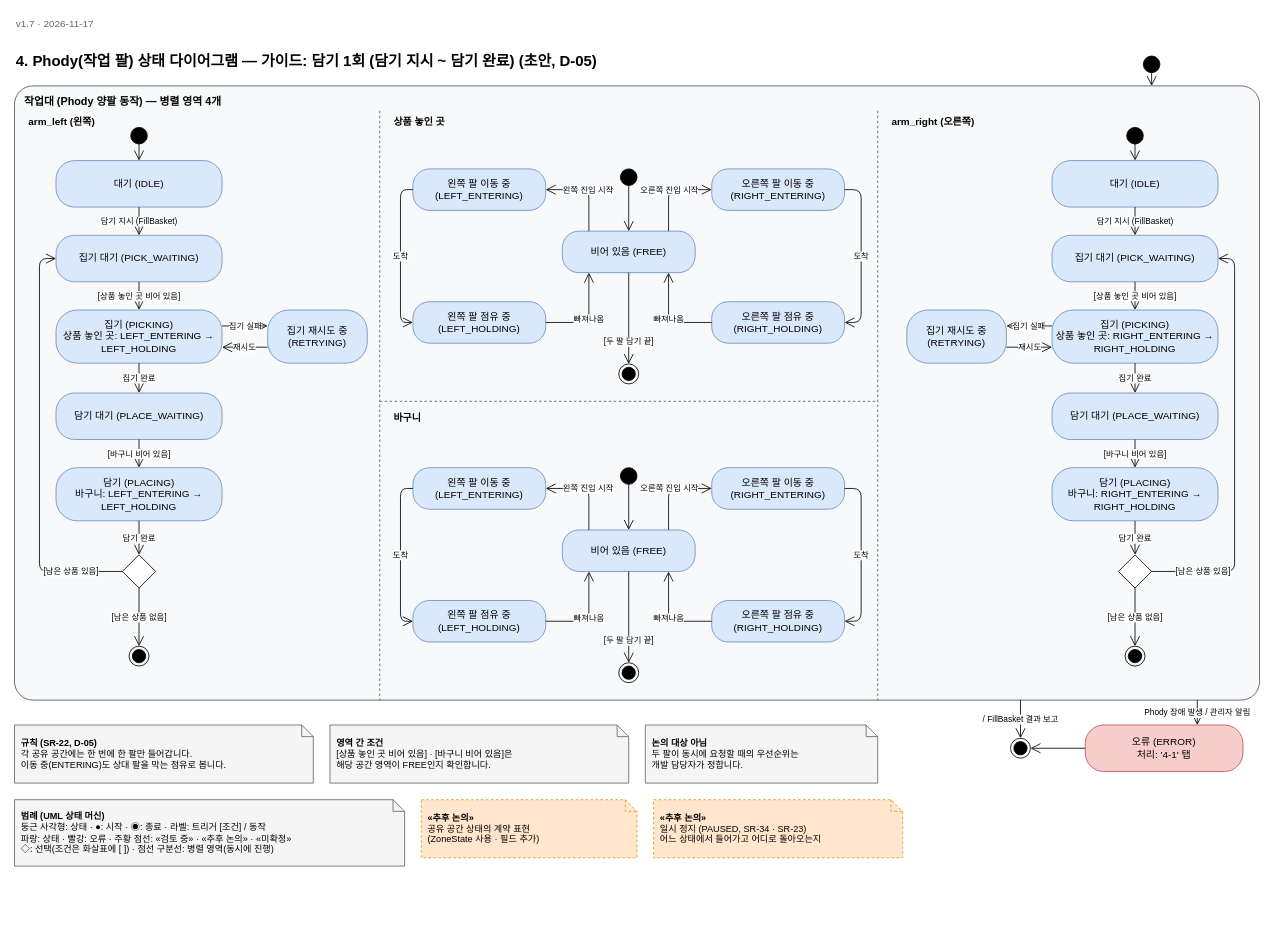
The draw.io diagram page "4. Phody (가이드)" (5 of 14) of design/diagrams/IFP_다이어그램.drawio in addinedu-roscamp-16th/roscamp-repo-2, before the edit. Source tidied: cells renumbered, new cells numbered last; positions are measured from the earlier drawing's top-left corner, leaving out a move shared by most shapes. Both pictures are drawn from the tidied source at 83%, with x=0, y=0 at pixel (14, 14).
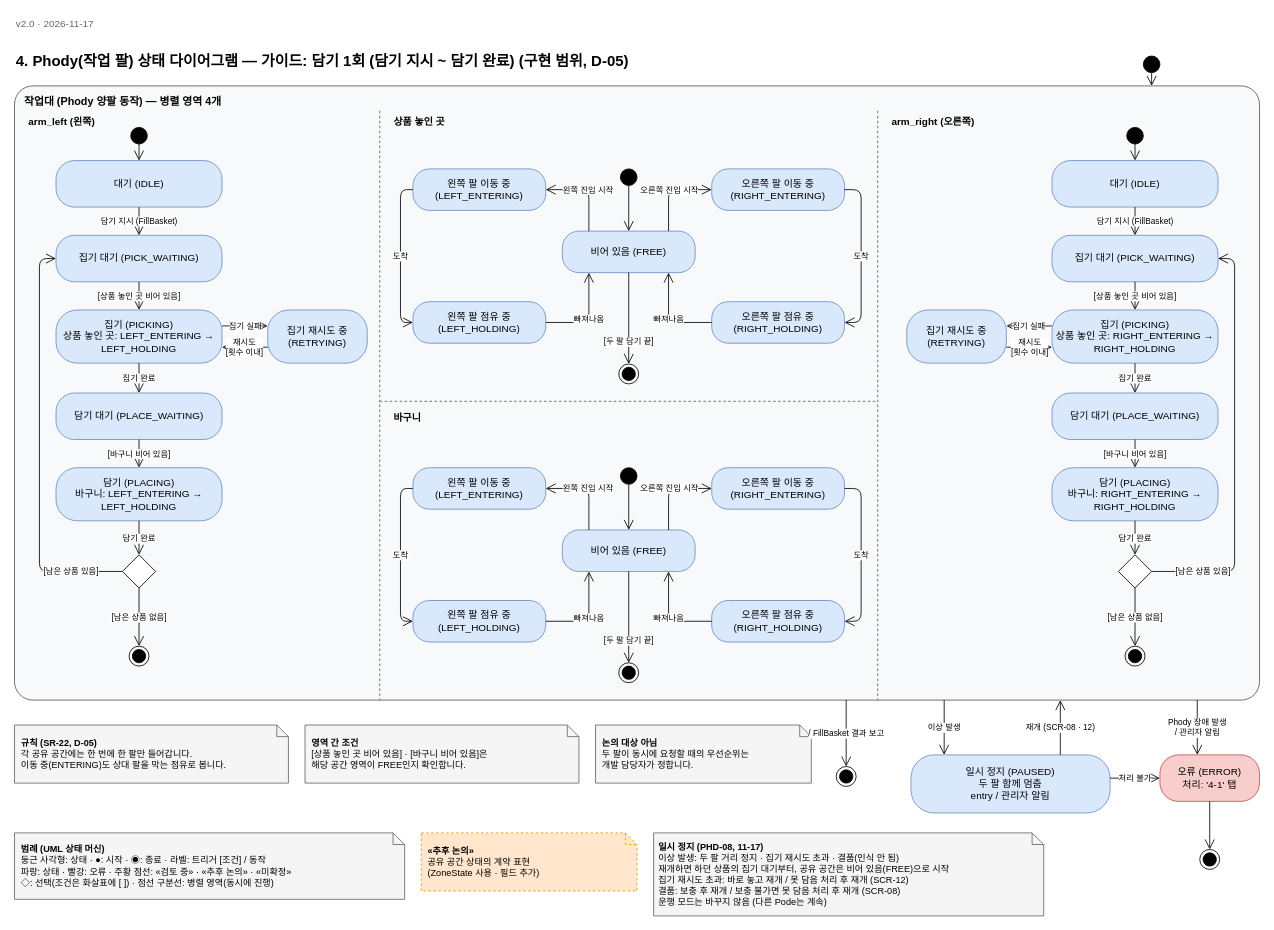
After the change.

Commit message (it also covers changes not shown here):
docs(design): 상태 다이어그램 v2.0 — 구현 범위로 정리

프로젝트 관리자 요청에 따라 기능 목록 "구현 계획"의 포함 · 일부 포함
범위만 상태 다이어그램에 남김. 미포함 내용은 v1.7(submit/2026-11-13-diagrams)에 있음.

- 3-1. Pode 장애 예외, 5-1. Phony 장애 예외 탭 삭제
- 2. 주문: 취소는 접수됨에서만, 결품 보충 후 재개, 관리자 강제 출고 처리
- 3. Pode: 출고 후 복귀(충전 자리), 오류 → 운행 복귀 확인 → 대기
- 4. Phody: 일시 정지(PAUSED) 추가, 4-1은 MODE_PAUSE로 정함
- 5. Phony: 교환 흐름과 오류만 남김
- 0. 상태표(이름 변경): 예약 구분 추가, CAUTION · LOW_PWR_MOVING 예약

Unchanged cells that the change refers to:
```xml
<mxCell id="3" value="작업대 (Phody 양팔 동작) — 병렬 영역 4개" style="rounded=1;arcSize=3;whiteSpace=wrap;html=1;verticalAlign=top;align=left;spacingLeft=10;spacingTop=4;fontStyle=1;fillColor=#f8f9fa;strokeColor=#555555;fontSize=13;" parent="1" vertex="1">
  <mxGeometry y="86" width="1500" height="740" as="geometry" />
</mxCell>
<mxCell id="14" value="집기 (PICKING)&lt;br&gt;상품 놓인 곳: LEFT_ENTERING → LEFT_HOLDING" style="rounded=1;arcSize=40;whiteSpace=wrap;html=1;fillColor=#dae8fc;strokeColor=#6c8ebf;fontSize=12;" parent="1" vertex="1">
  <mxGeometry x="50" y="356" width="200" height="64" as="geometry" />
</mxCell>
<mxCell id="18" value="집기 재시도 중&lt;br&gt;(RETRYING)" style="rounded=1;arcSize=40;whiteSpace=wrap;html=1;fillColor=#dae8fc;strokeColor=#6c8ebf;fontSize=12;" parent="1" vertex="1">
  <mxGeometry x="305" y="356" width="120" height="64" as="geometry" />
</mxCell>
<mxCell id="32" value="집기 (PICKING)&lt;br&gt;상품 놓인 곳: RIGHT_ENTERING → RIGHT_HOLDING" style="rounded=1;arcSize=40;whiteSpace=wrap;html=1;fillColor=#dae8fc;strokeColor=#6c8ebf;fontSize=12;" parent="1" vertex="1">
  <mxGeometry x="1250" y="356" width="200" height="64" as="geometry" />
</mxCell>
<mxCell id="36" value="집기 재시도 중&lt;br&gt;(RETRYING)" style="rounded=1;arcSize=40;whiteSpace=wrap;html=1;fillColor=#dae8fc;strokeColor=#6c8ebf;fontSize=12;" parent="1" vertex="1">
  <mxGeometry x="1075" y="356" width="120" height="64" as="geometry" />
</mxCell>
```

What changed in the source:
```diff
@@
-    <mxCell id="2" value="4. Phody(작업 팔) 상태 다이어그램 — 가이드: 담기 1회 (담기 지시 ~ 담기 완료) (초안, D-05)" style="text;html=1;fontSize=18;fontStyle=1;align=left;verticalAlign=middle;" parent="1" vertex="1">
+    <mxCell id="2" value="4. Phody(작업 팔) 상태 다이어그램 — 가이드: 담기 1회 (담기 지시 ~ 담기 완료) (구현 범위, D-05)" style="text;html=1;fontSize=18;fontStyle=1;align=left;verticalAlign=middle;" parent="1" vertex="1">
       <mxGeometry y="36" width="1200" height="40" as="geometry" />
     </mxCell>
@@
-    <mxCell id="28" value="재시도" style="edgeStyle=orthogonalEdgeStyle;rounded=1;html=1;endArrow=open;endSize=10;fontSize=10;labelBackgroundColor=#ffffff;exitX=0;exitY=0.7;exitDx=0;exitDy=0;entryX=1;entryY=0.7;entryDx=0;entryDy=0;" parent="1" edge="1" source="18" target="14">
+    <mxCell id="28" value="재시도&lt;br&gt;[횟수 이내]" style="edgeStyle=orthogonalEdgeStyle;rounded=1;html=1;endArrow=open;endSize=10;fontSize=10;labelBackgroundColor=#ffffff;exitX=0;exitY=0.7;exitDx=0;exitDy=0;entryX=1;entryY=0.7;entryDx=0;entryDy=0;" parent="1" edge="1" source="18" target="14">
       <mxGeometry relative="1" as="geometry" />
     </mxCell>
@@
-    <mxCell id="46" value="재시도" style="edgeStyle=orthogonalEdgeStyle;rounded=1;html=1;endArrow=open;endSize=10;fontSize=10;labelBackgroundColor=#ffffff;exitX=1;exitY=0.7;exitDx=0;exitDy=0;entryX=0;entryY=0.7;entryDx=0;entryDy=0;" parent="1" edge="1" source="36" target="32">
+    <mxCell id="46" value="재시도&lt;br&gt;[횟수 이내]" style="edgeStyle=orthogonalEdgeStyle;rounded=1;html=1;endArrow=open;endSize=10;fontSize=10;labelBackgroundColor=#ffffff;exitX=1;exitY=0.7;exitDx=0;exitDy=0;entryX=0;entryY=0.7;entryDx=0;entryDy=0;" parent="1" edge="1" source="36" target="32">
       <mxGeometry relative="1" as="geometry" />
     </mxCell>
@@
     <mxCell id="73" value="오류 (ERROR)&lt;br&gt;처리: '4-1' 탭" style="rounded=1;arcSize=40;whiteSpace=wrap;html=1;fillColor=#f8cecc;strokeColor=#b85450;fontSize=12;" parent="1" vertex="1">
-      <mxGeometry x="1290" y="856" width="190" height="56" as="geometry" />
+      <mxGeometry x="1380" y="892" width="120" height="56" as="geometry" />
     </mxCell>
-    <mxCell id="74" value="Phody 장애 발생 / 관리자 알림" style="edgeStyle=orthogonalEdgeStyle;rounded=1;html=1;endArrow=open;endSize=10;fontSize=10;labelBackgroundColor=#ffffff;exitX=0.95;exitY=1;exitDx=0;exitDy=0;entryX=0.7105;entryY=0;entryDx=0;entryDy=0;" parent="1" edge="1" source="3" target="73">
+    <mxCell id="74" value="Phody 장애 발생&lt;br&gt;/ 관리자 알림" style="edgeStyle=orthogonalEdgeStyle;rounded=1;html=1;endArrow=open;endSize=10;fontSize=10;labelBackgroundColor=#ffffff;exitX=0.95;exitY=1;exitDx=0;exitDy=0;entryX=0.375;entryY=0;entryDx=0;entryDy=0;" parent="1" edge="1" source="3" target="73">
       <mxGeometry relative="1" as="geometry" />
     </mxCell>
     <mxCell id="75" value="&lt;b&gt;규칙 (SR-22, D-05)&lt;/b&gt;&lt;br&gt;각 공유 공간에는 한 번에 한 팔만 들어갑니다.&lt;br&gt;이동 중(ENTERING)도 상대 팔을 막는 점유로 봅니다." style="shape=note;size=14;whiteSpace=wrap;html=1;fillColor=#f5f5f5;strokeColor=#666666;fontSize=11;align=left;spacingLeft=6;" parent="1" vertex="1">
-      <mxGeometry y="856" width="360" height="70" as="geometry" />
+      <mxGeometry y="856" width="330" height="70" as="geometry" />
     </mxCell>
     <mxCell id="76" value="&lt;b&gt;영역 간 조건&lt;/b&gt;&lt;br&gt;[상품 놓인 곳 비어 있음] · [바구니 비어 있음]은&lt;br&gt;해당 공간 영역이 FREE인지 확인합니다." style="shape=note;size=14;whiteSpace=wrap;html=1;fillColor=#f5f5f5;strokeColor=#666666;fontSize=11;align=left;spacingLeft=6;" parent="1" vertex="1">
-      <mxGeometry x="380" y="856" width="360" height="70" as="geometry" />
+      <mxGeometry x="350" y="856" width="330" height="70" as="geometry" />
     </mxCell>
     <mxCell id="77" value="&lt;b&gt;논의 대상 아님&lt;/b&gt;&lt;br&gt;두 팔이 동시에 요청할 때의 우선순위는&lt;br&gt;개발 담당자가 정합니다." style="shape=note;size=14;whiteSpace=wrap;html=1;fillColor=#f5f5f5;strokeColor=#666666;fontSize=11;align=left;spacingLeft=6;" parent="1" vertex="1">
-      <mxGeometry x="760" y="856" width="280" height="70" as="geometry" />
+      <mxGeometry x="700" y="856" width="260" height="70" as="geometry" />
     </mxCell>
     <mxCell id="78" value="&lt;b&gt;«추후 논의»&lt;/b&gt;&lt;br&gt;공유 공간 상태의 계약 표현&lt;br&gt;(ZoneState 사용 · 필드 추가)" style="shape=note;size=14;whiteSpace=wrap;html=1;dashed=1;fillColor=#ffe6cc;strokeColor=#d79b00;fontSize=11;align=left;spacingLeft=6;" parent="1" vertex="1">
-      <mxGeometry x="490" y="946" width="260" height="70" as="geometry" />
+      <mxGeometry x="490" y="986" width="260" height="70" as="geometry" />
     </mxCell>
     <mxCell id="79" value="&lt;b&gt;범례 (UML 상태 머신)&lt;/b&gt;&lt;br&gt;둥근 사각형: 상태 · ●: 시작 · ◉: 종료 · 라벨: 트리거 [조건] / 동작&lt;br&gt;파랑: 상태 · 빨강: 오류 · 주황 점선: «검토 중» · «추후 논의» · «미확정»&lt;br&gt;◇: 선택(조건은 화살표에 [ ]) · 점선 구분선: 병렬 영역(동시에 진행)" style="shape=note;size=14;whiteSpace=wrap;html=1;fillColor=#f5f5f5;strokeColor=#666666;fontSize=11;align=left;spacingLeft=6;" parent="1" vertex="1">
-      <mxGeometry y="946" width="470" height="80" as="geometry" />
+      <mxGeometry y="986" width="470" height="80" as="geometry" />
     </mxCell>
@@
     <mxCell id="86" style="ellipse;shape=endState;html=1;fillColor=#000000;strokeColor=#000000;" parent="1" vertex="1">
-      <mxGeometry x="1200" y="872" width="24" height="24" as="geometry" />
+      <mxGeometry x="990" y="906" width="24" height="24" as="geometry" />
     </mxCell>
-    <mxCell id="87" value="/ FillBasket 결과 보고" style="edgeStyle=orthogonalEdgeStyle;rounded=1;html=1;endArrow=open;endSize=10;fontSize=10;labelBackgroundColor=#ffffff;exitX=0.808;exitY=1;exitDx=0;exitDy=0;entryX=0.5;entryY=0;entryDx=0;entryDy=0;" parent="1" edge="1" source="3" target="86">
+    <mxCell id="87" value="/ FillBasket 결과 보고" style="edgeStyle=orthogonalEdgeStyle;rounded=1;html=1;endArrow=open;endSize=10;fontSize=10;labelBackgroundColor=#ffffff;exitX=0.668;exitY=1;exitDx=0;exitDy=0;entryX=0.5;entryY=0;entryDx=0;entryDy=0;" parent="1" edge="1" source="3" target="86">
       <mxGeometry relative="1" as="geometry" />
     </mxCell>
-    <mxCell id="88" style="edgeStyle=orthogonalEdgeStyle;rounded=1;html=1;endArrow=open;endSize=10;fontSize=10;labelBackgroundColor=#ffffff;exitX=0;exitY=0.5;exitDx=0;exitDy=0;entryX=1;entryY=0.5;entryDx=0;entryDy=0;" parent="1" edge="1" source="73" target="86">
-      <mxGeometry relative="1" as="geometry" />
-    </mxCell>
-    <mxCell id="89" value="&lt;b&gt;«추후 논의»&lt;/b&gt;&lt;br&gt;일시 정지 (PAUSED, SR-34 · SR-23)&lt;br&gt;어느 상태에서 들어가고 어디로 돌아오는지" style="shape=note;size=14;whiteSpace=wrap;html=1;dashed=1;fillColor=#ffe6cc;strokeColor=#d79b00;fontSize=11;align=left;spacingLeft=6;" parent="1" vertex="1">
-      <mxGeometry x="770" y="946" width="300" height="70" as="geometry" />
-    </mxCell>
@@
-    <mxCell id="92" value="v1.7 · 2026-11-17" style="text;html=1;fontSize=12;fontColor=#666666;align=left;verticalAlign=middle;" parent="1" vertex="1">
+    <mxCell id="92" value="v2.0 · 2026-11-17" style="text;html=1;fontSize=12;fontColor=#666666;align=left;verticalAlign=middle;" parent="1" vertex="1">
       <mxGeometry width="200" height="24" as="geometry" />
     </mxCell>
+    <mxCell id="93" value="일시 정지 (PAUSED)&lt;br&gt;두 팔 함께 멈춤&lt;br&gt;entry / 관리자 알림" style="rounded=1;arcSize=40;whiteSpace=wrap;html=1;fillColor=#dae8fc;strokeColor=#6c8ebf;fontSize=12;" parent="1" vertex="1">
+      <mxGeometry x="1080" y="892" width="240" height="70" as="geometry" />
+    </mxCell>
+    <mxCell id="94" value="이상 발생" style="edgeStyle=orthogonalEdgeStyle;rounded=1;html=1;endArrow=open;endSize=10;fontSize=10;labelBackgroundColor=#ffffff;exitX=0.7467;exitY=1;exitDx=0;exitDy=0;entryX=0.1667;entryY=0;entryDx=0;entryDy=0;" parent="1" edge="1" source="3" target="93">
+      <mxGeometry relative="1" as="geometry" />
+    </mxCell>
+    <mxCell id="95" value="재개 (SCR-08 · 12)" style="edgeStyle=orthogonalEdgeStyle;rounded=1;html=1;endArrow=open;endSize=10;fontSize=10;labelBackgroundColor=#ffffff;exitX=0.75;exitY=0;exitDx=0;exitDy=0;entryX=0.84;entryY=1;entryDx=0;entryDy=0;" parent="1" edge="1" source="93" target="3">
+      <mxGeometry relative="1" as="geometry" />
+    </mxCell>
+    <mxCell id="96" value="처리 불가" style="edgeStyle=orthogonalEdgeStyle;rounded=1;html=1;endArrow=open;endSize=10;fontSize=10;labelBackgroundColor=#ffffff;exitX=1;exitY=0.4;exitDx=0;exitDy=0;entryX=0;entryY=0.5;entryDx=0;entryDy=0;" parent="1" edge="1" source="93" target="73">
+      <mxGeometry relative="1" as="geometry" />
+    </mxCell>
+    <mxCell id="97" style="ellipse;shape=endState;html=1;fillColor=#000000;strokeColor=#000000;" parent="1" vertex="1">
+      <mxGeometry x="1428" y="1006" width="24" height="24" as="geometry" />
+    </mxCell>
+    <mxCell id="98" style="edgeStyle=orthogonalEdgeStyle;rounded=1;html=1;endArrow=open;endSize=10;fontSize=10;labelBackgroundColor=#ffffff;exitX=0.5;exitY=1;exitDx=0;exitDy=0;entryX=0.5;entryY=0;entryDx=0;entryDy=0;" parent="1" edge="1" source="73" target="97">
+      <mxGeometry relative="1" as="geometry" />
+    </mxCell>
+    <mxCell id="99" value="&lt;b&gt;일시 정지 (PHD-08, 11-17)&lt;/b&gt;&lt;br&gt;이상 발생: 두 팔 거리 정지 · 집기 재시도 초과 · 결품(인식 안 됨)&lt;br&gt;재개하면 하던 상품의 집기 대기부터, 공유 공간은 비어 있음(FREE)으로 시작&lt;br&gt;집기 재시도 초과: 바로 놓고 재개 / 못 담음 처리 후 재개 (SCR-12)&lt;br&gt;결품: 보충 후 재개 / 보충 불가면 못 담음 처리 후 재개 (SCR-08)&lt;br&gt;운행 모드는 바꾸지 않음 (다른 Pode는 계속)" style="shape=note;whiteSpace=wrap;html=1;size=14;align=left;verticalAlign=top;spacing=6;fontSize=11;fillColor=#f5f5f5;strokeColor=#666666;" parent="1" vertex="1">
+      <mxGeometry x="770" y="986" width="470" height="100" as="geometry" />
+    </mxCell>
```
